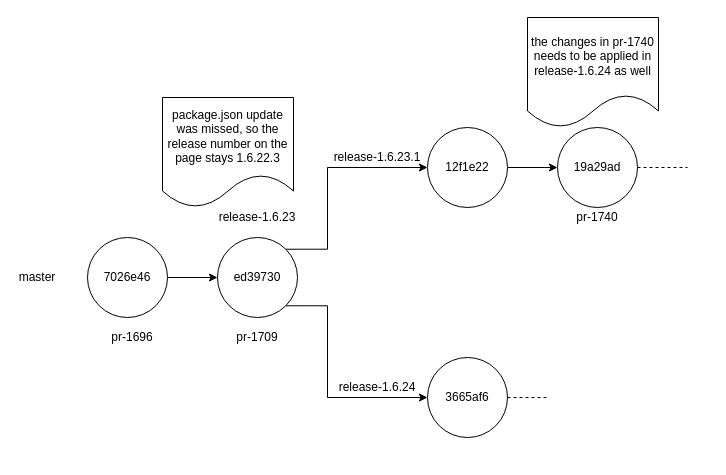
Above: openshift-v4/release-management/release-management.drawio in bcgov/tfrs (draw.io), before the change. Source tidied: cells renumbered, new cells numbered last; positions are measured from the earlier drawing's top-left corner, leaving out a move shared by most shapes. Both pictures are drawn from the tidied source at 100%, with x=0, y=0 at pixel (17, 17).
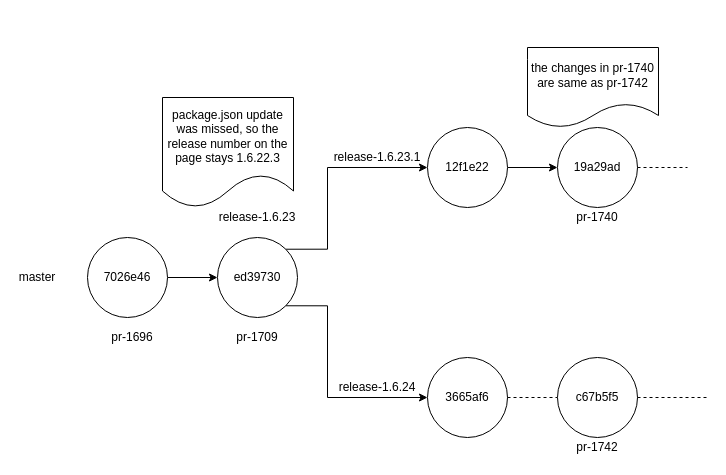
The same diagram, later.

Unchanged cells that the change refers to:
```xml
<mxCell id="12" value="3665af6" style="ellipse;whiteSpace=wrap;html=1;" parent="1" vertex="1">
  <mxGeometry x="410" y="340" width="80" height="80" as="geometry" />
</mxCell>
```

The edit, as a diff of the source:
```diff
@@
-    <mxCell id="20" style="endArrow=none;dashed=1;html=1;exitX=1;exitY=0.5;exitDx=0;exitDy=0;" parent="1" edge="1" source="12">
-      <mxGeometry relative="1" as="geometry">
-        <mxPoint x="530" y="380" as="targetPoint" />
-      </mxGeometry>
+    <mxCell id="20" style="endArrow=none;dashed=1;html=1;exitX=1;exitY=0.5;exitDx=0;exitDy=0;entryX=0;entryY=0.5;entryDx=0;entryDy=0;" parent="1" edge="1" source="12" target="22">
+      <mxGeometry relative="1" as="geometry" />
     </mxCell>
-    <mxCell id="21" value="the changes in pr-1740 needs to be applied in release-1.6.24 as well" style="shape=document;whiteSpace=wrap;html=1;boundedLbl=1;" parent="1" vertex="1">
-      <mxGeometry x="510" width="131" height="110" as="geometry" />
+    <mxCell id="21" value="the changes in pr-1740 are same as pr-1742" style="shape=document;whiteSpace=wrap;html=1;boundedLbl=1;" parent="1" vertex="1">
+      <mxGeometry x="510" y="30" width="131" height="80" as="geometry" />
     </mxCell>
+    <mxCell id="22" value="c67b5f5" style="ellipse;whiteSpace=wrap;html=1;" parent="1" vertex="1">
+      <mxGeometry x="540" y="340" width="80" height="80" as="geometry" />
+    </mxCell>
+    <mxCell id="23" value="pr-1742" style="text;html=1;strokeColor=none;fillColor=none;align=center;verticalAlign=middle;whiteSpace=wrap;rounded=0;" parent="1" vertex="1">
+      <mxGeometry x="530" y="420" width="100" height="20" as="geometry" />
+    </mxCell>
+    <mxCell id="24" style="endArrow=none;dashed=1;html=1;" parent="1" edge="1">
+      <mxGeometry relative="1" as="geometry">
+        <mxPoint x="620" y="380" as="sourcePoint" />
+        <mxPoint x="690" y="380" as="targetPoint" />
+      </mxGeometry>
+    </mxCell>
```
